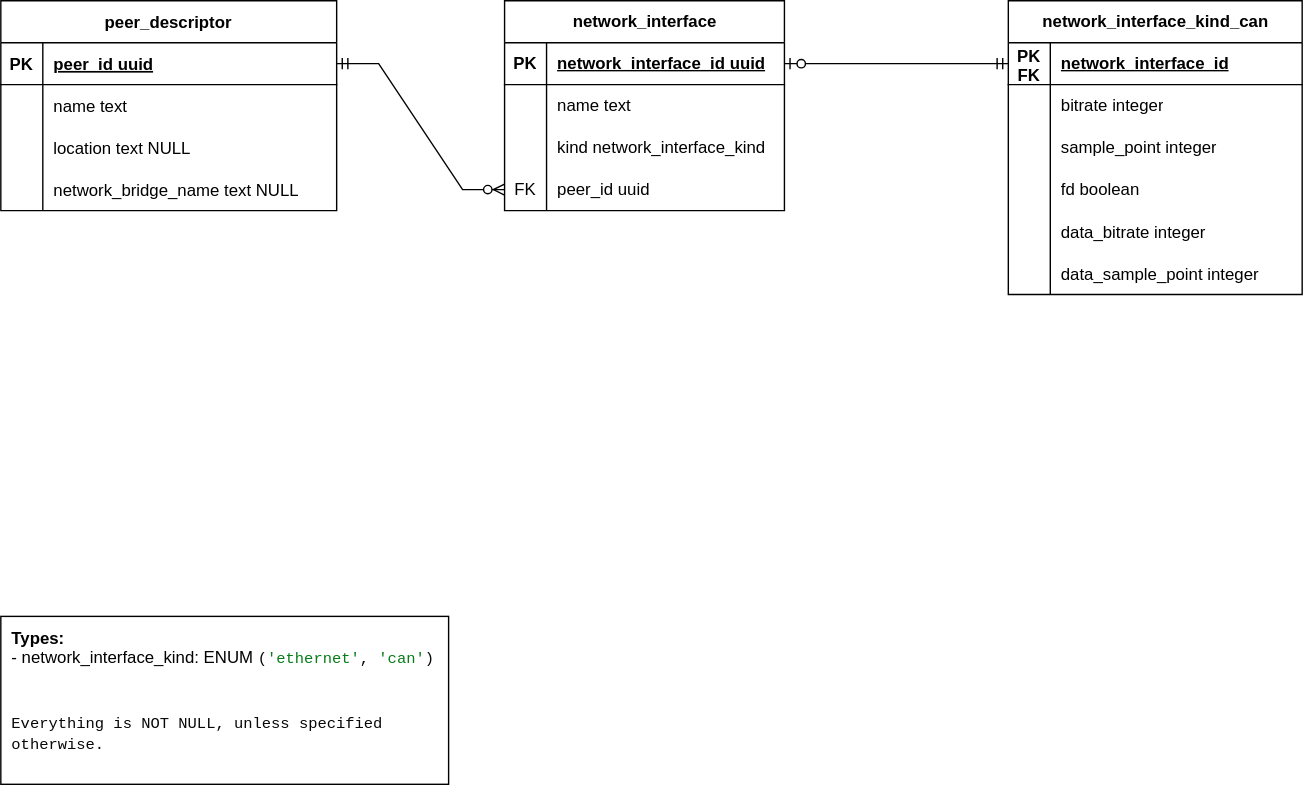
Earlier version of the draw.io export doc/src/architecture/carl/img/database-schema.svg (eclipse-opendut/opendut). Source tidied: cells renumbered, new cells last; positions are measured from the earlier drawing's top-left corner, leaving out a move shared by most shapes.
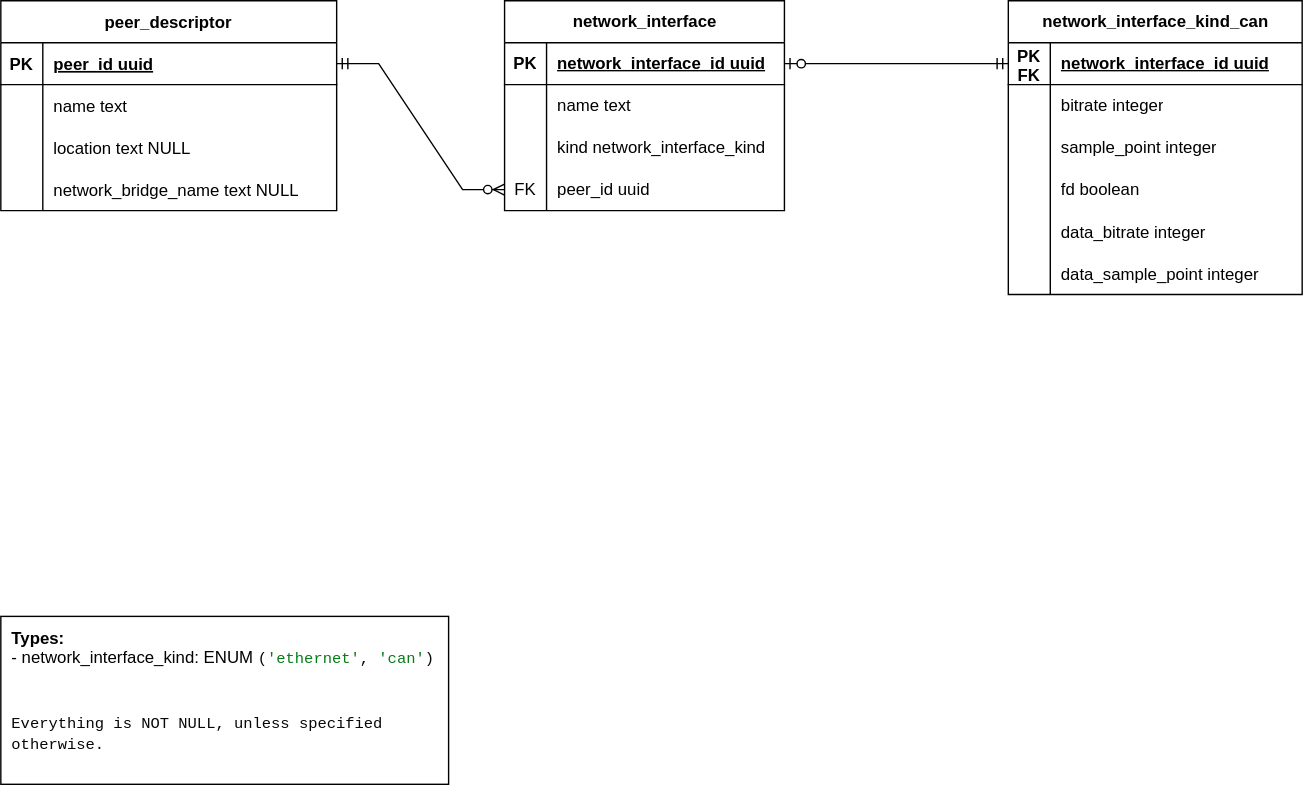
After the commit.

Change to the diagram source:
```diff
@@ -92,7 +92,7 @@
     <mxCell id="31" value="PK&lt;br&gt;FK" style="shape=partialRectangle;fillColor=none;top=0;left=0;bottom=0;right=0;fontStyle=1;overflow=hidden;whiteSpace=wrap;html=1;" parent="30" vertex="1">
       <mxGeometry width="30" height="30" as="geometry" />
     </mxCell>
-    <mxCell id="32" value="network_interface_id" style="shape=partialRectangle;fillColor=none;top=0;left=0;bottom=0;right=0;align=left;spacingLeft=6;fontStyle=5;overflow=hidden;whiteSpace=wrap;html=1;" parent="30" vertex="1">
+    <mxCell id="32" value="network_interface_id uuid" style="shape=partialRectangle;fillColor=none;top=0;left=0;bottom=0;right=0;align=left;spacingLeft=6;fontStyle=5;overflow=hidden;whiteSpace=wrap;html=1;" parent="30" vertex="1">
       <mxGeometry x="30" width="180" height="30" as="geometry" />
     </mxCell>
     <mxCell id="33" style="shape=tableRow;horizontal=0;startSize=0;swimlaneHead=0;swimlaneBody=0;fillColor=none;top=0;left=0;right=0;bottom=0;" parent="29" vertex="1">
```
